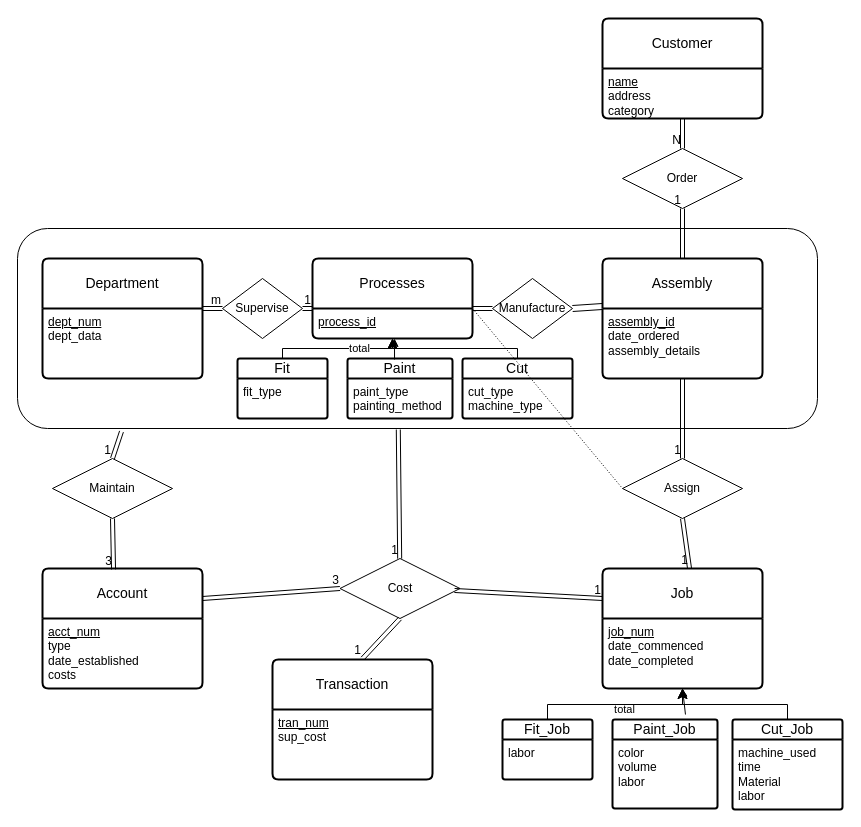
Above: Project/ProjectWithAnyMeaningFirst.drawio in nurfnick/DBMS (draw.io), before the change. Source tidied: cells renumbered, new cells numbered last; positions are measured from the earlier drawing's top-left corner, leaving out a move shared by most shapes. Both pictures are drawn from the tidied source at 100%, with x=0, y=0 at pixel (17, 18).
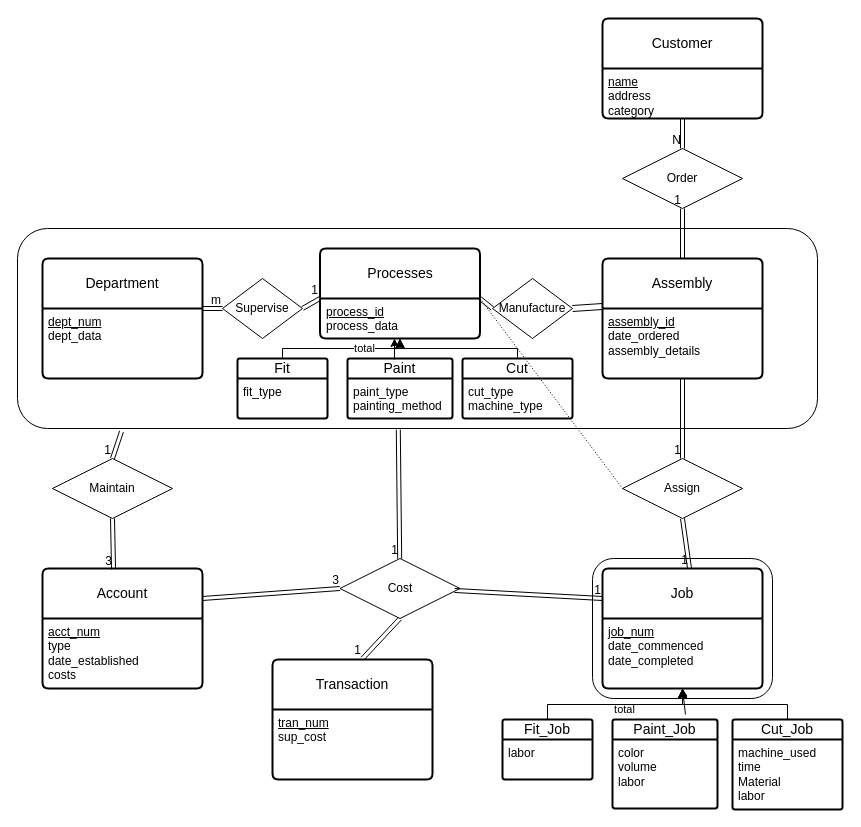
The same page after the edit.

Change to the diagram source:
```diff
@@
+    <mxCell id="73" style="rounded=1;whiteSpace=wrap;html=1;" parent="1" vertex="1">
+      <mxGeometry x="575" y="540" width="180" height="140" as="geometry" />
+    </mxCell>
@@
     <mxCell id="9" value="Processes" style="swimlane;horizontal=1;startSize=50;rounded=1;fontSize=14;fontStyle=0;strokeWidth=2;shadow=0;dashed=0;align=center;arcSize=4;whiteSpace=wrap;html=1;" parent="1" vertex="1">
-      <mxGeometry x="295" y="240" width="160" height="80" as="geometry" />
+      <mxGeometry x="302.5" y="230" width="160" height="90" as="geometry" />
     </mxCell>
-    <mxCell id="10" value="&lt;u&gt;process_id&lt;/u&gt;" style="align=left;strokeColor=none;fillColor=none;spacingLeft=4;fontSize=12;verticalAlign=top;html=1;" parent="9" vertex="1">
-      <mxGeometry y="50" width="160" height="30" as="geometry" />
+    <mxCell id="10" value="&lt;div&gt;&lt;u&gt;process_id&lt;br&gt;&lt;/u&gt;&lt;/div&gt;&lt;div&gt;process_data&lt;u&gt;&lt;br&gt;&lt;/u&gt;&lt;/div&gt;" style="align=left;strokeColor=none;fillColor=none;spacingLeft=4;fontSize=12;verticalAlign=top;html=1;" parent="9" vertex="1">
+      <mxGeometry y="50" width="160" height="40" as="geometry" />
     </mxCell>
```
